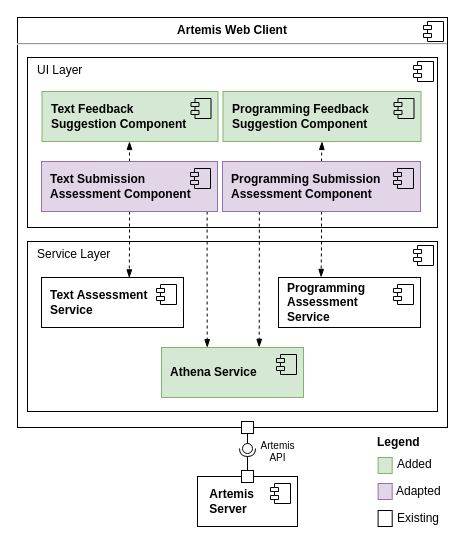
Before: page "artemis-client" (4 of 11) of figures/src/subsystem-decomposition.drawio in pal03377/master-thesis, a draw.io diagram. Source tidied: cells renumbered, new cells numbered last; positions are measured from the earlier drawing's top-left corner, leaving out a move shared by most shapes. Both pictures are drawn from the tidied source at 100%, with x=0, y=0 at pixel (17, 17).
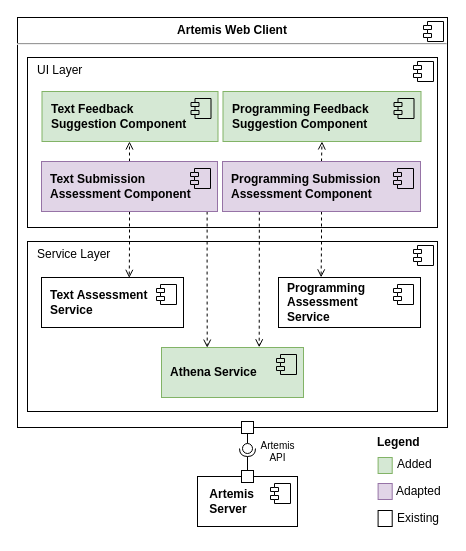
After the change.

The change refers to these unchanged cells:
```xml
<mxCell id="8" value="&lt;b&gt;Athena Service&lt;/b&gt;" style="html=1;whiteSpace=wrap;align=left;spacingLeft=7;fillColor=#d5e8d4;strokeColor=#82b366;" parent="1" vertex="1">
  <mxGeometry x="144" y="330" width="142" height="50" as="geometry" />
</mxCell>
<mxCell id="18" value="&lt;b&gt;Text Assessment&lt;br&gt;Service&amp;nbsp;&lt;br&gt;&lt;/b&gt;" style="html=1;whiteSpace=wrap;align=left;spacingLeft=7;" parent="1" vertex="1">
  <mxGeometry x="24" y="260" width="142" height="50" as="geometry" />
</mxCell>
<mxCell id="20" value="&lt;b&gt;Programming Assessment&lt;br&gt;Service&amp;nbsp;&lt;br&gt;&lt;/b&gt;" style="html=1;whiteSpace=wrap;align=left;spacingLeft=7;" parent="1" vertex="1">
  <mxGeometry x="261" y="260" width="142" height="50" as="geometry" />
</mxCell>
<mxCell id="25" value="&lt;b&gt;Text Submission&lt;br&gt;Assessment Component&lt;/b&gt;" style="html=1;whiteSpace=wrap;align=left;spacingLeft=7;fillColor=#e1d5e7;strokeColor=#9673a6;" parent="1" vertex="1">
  <mxGeometry x="24" y="144" width="176" height="50" as="geometry" />
</mxCell>
<mxCell id="30" value="&lt;b&gt;Programming Submission&lt;br&gt;Assessment Component&lt;/b&gt;" style="html=1;whiteSpace=wrap;align=left;spacingLeft=7;fillColor=#e1d5e7;strokeColor=#9673a6;" parent="1" vertex="1">
  <mxGeometry x="205" y="144" width="198" height="50" as="geometry" />
</mxCell>
<mxCell id="40" value="&lt;b&gt;Text Feedback Suggestion&amp;nbsp;Component&lt;/b&gt;" style="html=1;whiteSpace=wrap;align=left;spacingLeft=7;fillColor=#d5e8d4;strokeColor=#82b366;" parent="1" vertex="1">
  <mxGeometry x="24.5" y="74" width="176" height="50" as="geometry" />
</mxCell>
<mxCell id="42" value="&lt;b&gt;Programming Feedback Suggestion&amp;nbsp;Component&lt;/b&gt;" style="html=1;whiteSpace=wrap;align=left;spacingLeft=7;fillColor=#d5e8d4;strokeColor=#82b366;" parent="1" vertex="1">
  <mxGeometry x="205.5" y="74" width="198" height="50" as="geometry" />
</mxCell>
```

Diff of the diagram source:
```diff
@@
-    <mxCell id="22" style="edgeStyle=orthogonalEdgeStyle;rounded=0;jettySize=auto;html=1;exitX=0.5;exitY=1;exitDx=0;exitDy=0;entryX=0.618;entryY=0.007;entryDx=0;entryDy=0;entryPerimeter=0;endArrow=blockThin;endFill=1;dashed=1;" parent="1" edge="1" source="25" target="18">
+    <mxCell id="22" style="edgeStyle=orthogonalEdgeStyle;rounded=0;jettySize=auto;html=1;exitX=0.5;exitY=1;exitDx=0;exitDy=0;entryX=0.618;entryY=0.007;entryDx=0;entryDy=0;entryPerimeter=0;endArrow=open;endFill=0;dashed=1;" parent="1" edge="1" source="25" target="18">
       <mxGeometry relative="1" as="geometry" />
     </mxCell>
-    <mxCell id="23" style="edgeStyle=orthogonalEdgeStyle;rounded=0;jettySize=auto;html=1;exitX=0.941;exitY=1.001;exitDx=0;exitDy=0;entryX=0.322;entryY=0.003;entryDx=0;entryDy=0;entryPerimeter=0;exitPerimeter=0;endArrow=blockThin;endFill=1;dashed=1;" parent="1" edge="1" source="25" target="8">
+    <mxCell id="23" style="edgeStyle=orthogonalEdgeStyle;rounded=0;jettySize=auto;html=1;exitX=0.941;exitY=1.001;exitDx=0;exitDy=0;entryX=0.322;entryY=0.003;entryDx=0;entryDy=0;entryPerimeter=0;exitPerimeter=0;endArrow=open;endFill=0;dashed=1;" parent="1" edge="1" source="25" target="8">
       <mxGeometry relative="1" as="geometry" />
     </mxCell>
-    <mxCell id="24" style="edgeStyle=orthogonalEdgeStyle;rounded=0;jettySize=auto;html=1;exitX=0.5;exitY=0;exitDx=0;exitDy=0;entryX=0.497;entryY=1;entryDx=0;entryDy=0;endArrow=blockThin;endFill=1;entryPerimeter=0;dashed=1;" parent="1" edge="1" source="25" target="40">
+    <mxCell id="24" style="edgeStyle=orthogonalEdgeStyle;rounded=0;jettySize=auto;html=1;exitX=0.5;exitY=0;exitDx=0;exitDy=0;entryX=0.497;entryY=1;entryDx=0;entryDy=0;endArrow=open;endFill=0;entryPerimeter=0;dashed=1;" parent="1" edge="1" source="25" target="40">
       <mxGeometry relative="1" as="geometry" />
     </mxCell>
@@
-    <mxCell id="27" style="edgeStyle=orthogonalEdgeStyle;rounded=0;jettySize=auto;html=1;exitX=0.5;exitY=1;exitDx=0;exitDy=0;entryX=0.3;entryY=-0.002;entryDx=0;entryDy=0;entryPerimeter=0;endArrow=blockThin;endFill=1;dashed=1;" parent="1" edge="1" source="30" target="20">
+    <mxCell id="27" style="edgeStyle=orthogonalEdgeStyle;rounded=0;jettySize=auto;html=1;exitX=0.5;exitY=1;exitDx=0;exitDy=0;entryX=0.3;entryY=-0.002;entryDx=0;entryDy=0;entryPerimeter=0;endArrow=open;endFill=0;dashed=1;" parent="1" edge="1" source="30" target="20">
       <mxGeometry relative="1" as="geometry" />
     </mxCell>
-    <mxCell id="28" style="edgeStyle=orthogonalEdgeStyle;rounded=0;jettySize=auto;html=1;exitX=0.186;exitY=1.004;exitDx=0;exitDy=0;entryX=0.688;entryY=-0.004;entryDx=0;entryDy=0;entryPerimeter=0;exitPerimeter=0;endArrow=blockThin;endFill=1;dashed=1;" parent="1" edge="1" source="30" target="8">
+    <mxCell id="28" style="edgeStyle=orthogonalEdgeStyle;rounded=0;jettySize=auto;html=1;exitX=0.186;exitY=1.004;exitDx=0;exitDy=0;entryX=0.688;entryY=-0.004;entryDx=0;entryDy=0;entryPerimeter=0;exitPerimeter=0;endArrow=open;endFill=0;dashed=1;" parent="1" edge="1" source="30" target="8">
       <mxGeometry relative="1" as="geometry" />
     </mxCell>
-    <mxCell id="29" style="edgeStyle=orthogonalEdgeStyle;rounded=0;jettySize=auto;html=1;exitX=0.5;exitY=0;exitDx=0;exitDy=0;entryX=0.5;entryY=1;entryDx=0;entryDy=0;endArrow=blockThin;endFill=1;dashed=1;" parent="1" edge="1" source="30" target="42">
+    <mxCell id="29" style="edgeStyle=orthogonalEdgeStyle;rounded=0;jettySize=auto;html=1;exitX=0.5;exitY=0;exitDx=0;exitDy=0;entryX=0.5;entryY=1;entryDx=0;entryDy=0;endArrow=open;endFill=0;dashed=1;" parent="1" edge="1" source="30" target="42">
       <mxGeometry relative="1" as="geometry" />
     </mxCell>
```
